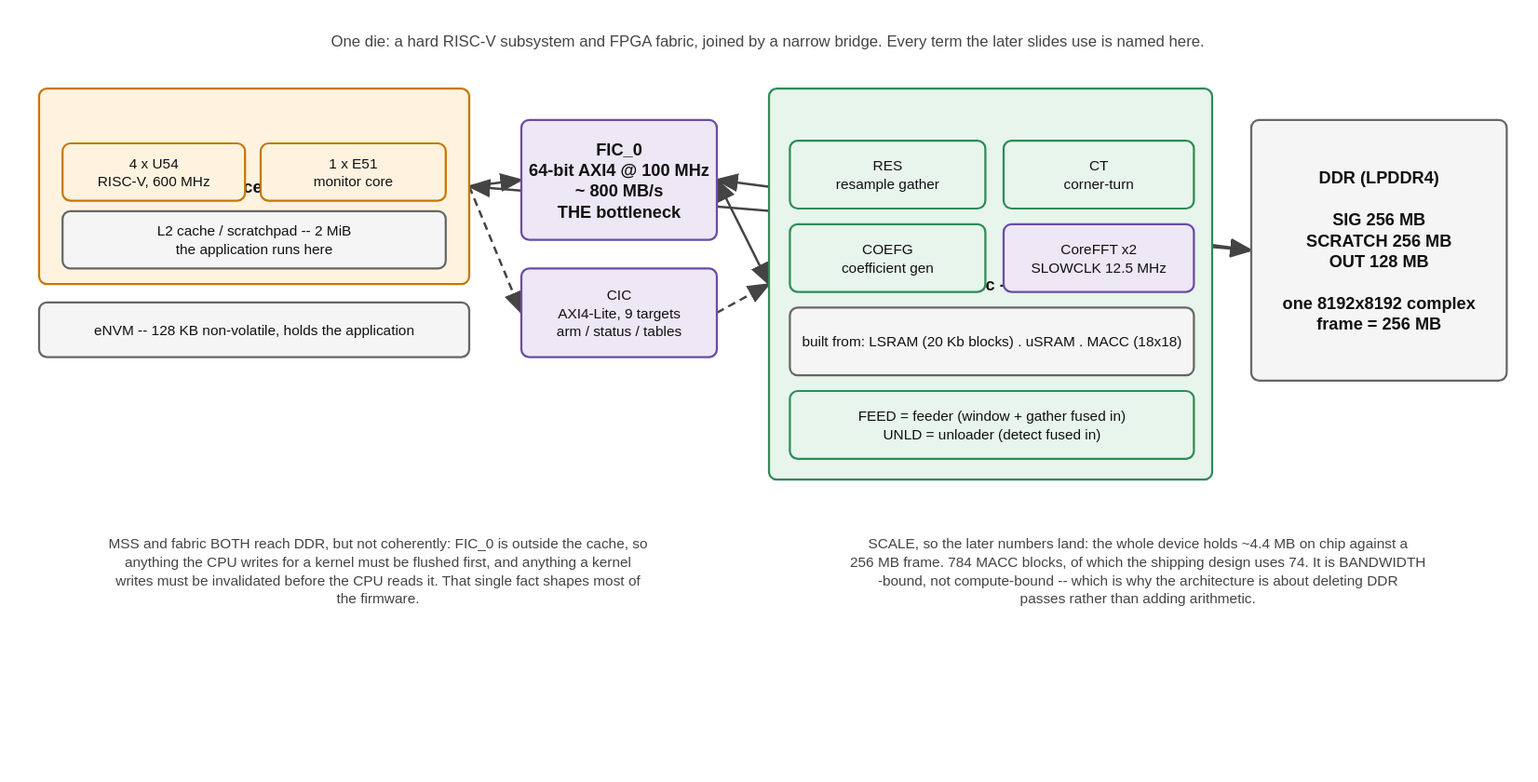
This is docs/slides/diagrams/fig-sar-mpfs.drawio.svg from futureproofbear/mpfs250t-sar-ifp, a draw.io export, as it was before one commit. Source tidied: cells renumbered, new cells last; positions are measured from the earlier drawing's top-left corner, leaving out a move shared by most shapes.
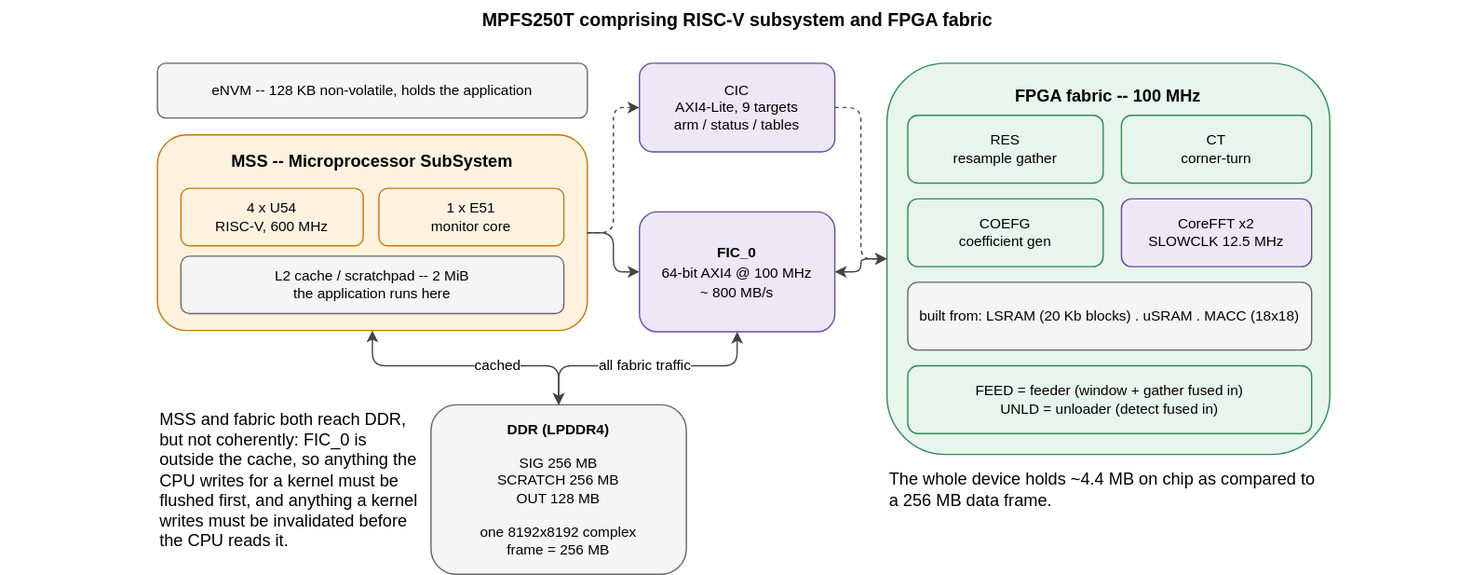
After the commit.

Commit message:
slides: redraw the AXI packing figure -- show it instead of describing it

What changed in the source:
```diff
@@ -2,31 +2,31 @@
   <root>
     <mxCell id="0" />
     <mxCell id="1" parent="0" />
-    <mxCell id="2" value="One die: a hard RISC-V subsystem and FPGA fabric, joined by a narrow bridge. Every term the later slides use is named here." style="text;html=1;strokeColor=none;fillColor=none;align=center;verticalAlign=middle;fontSize=12;fontFamily=Helvetica;" parent="1" vertex="1">
-      <mxGeometry width="1130" height="30" as="geometry" />
+    <mxCell id="2" value="&lt;b&gt;&lt;font style=&quot;font-size: 14px;&quot;&gt;MPFS250T comprising RISC-V subsystem and FPGA fabric&lt;/font&gt;&lt;/b&gt;" style="text;html=1;strokeColor=none;fillColor=none;align=center;verticalAlign=middle;fontSize=12;fontFamily=Helvetica;" parent="1" vertex="1">
+      <mxGeometry x="-114" y="4" width="1130" height="30" as="geometry" />
     </mxCell>
-    <mxCell id="3" value="MSS  --  Microprocessor SubSystem" style="rounded=1;whiteSpace=wrap;html=1;fillColor=#FFF3E0;strokeColor=#C77700;fontSize=13;fontFamily=Helvetica;align=center;verticalAlign=middle;fontStyle=1;" parent="1" vertex="1">
-      <mxGeometry x="6" y="52" width="330" height="150" as="geometry" />
+    <mxCell id="3" value="MSS  --  Microprocessor SubSystem&lt;div&gt;&lt;br&gt;&lt;/div&gt;&lt;div&gt;&lt;br&gt;&lt;/div&gt;&lt;div&gt;&lt;br&gt;&lt;/div&gt;&lt;div&gt;&lt;br&gt;&lt;/div&gt;&lt;div&gt;&lt;br&gt;&lt;/div&gt;&lt;div&gt;&lt;br&gt;&lt;/div&gt;&lt;div&gt;&lt;br&gt;&lt;/div&gt;" style="rounded=1;whiteSpace=wrap;html=1;fillColor=#FFF3E0;strokeColor=#C77700;fontSize=13;fontFamily=Helvetica;align=center;verticalAlign=middle;fontStyle=1;" parent="1" vertex="1">
+      <mxGeometry x="6" y="107" width="330" height="150" as="geometry" />
     </mxCell>
     <mxCell id="4" value="4 x U54&#10;RISC-V, 600 MHz" style="rounded=1;whiteSpace=wrap;html=1;fillColor=#FFF3E0;strokeColor=#C77700;fontSize=11;fontFamily=Helvetica;align=center;verticalAlign=middle;" parent="1" vertex="1">
-      <mxGeometry x="24" y="94" width="140" height="44" as="geometry" />
+      <mxGeometry x="24" y="148" width="140" height="44" as="geometry" />
     </mxCell>
     <mxCell id="5" value="1 x E51&#10;monitor core" style="rounded=1;whiteSpace=wrap;html=1;fillColor=#FFF3E0;strokeColor=#C77700;fontSize=11;fontFamily=Helvetica;align=center;verticalAlign=middle;" parent="1" vertex="1">
-      <mxGeometry x="176" y="94" width="142" height="44" as="geometry" />
+      <mxGeometry x="176" y="148" width="142" height="44" as="geometry" />
     </mxCell>
     <mxCell id="6" value="L2 cache / scratchpad  --  2 MiB&#10;the application runs here" style="rounded=1;whiteSpace=wrap;html=1;fillColor=#F5F5F5;strokeColor=#666666;fontSize=11;fontFamily=Helvetica;align=center;verticalAlign=middle;" parent="1" vertex="1">
-      <mxGeometry x="24" y="146" width="294" height="44" as="geometry" />
+      <mxGeometry x="24" y="200" width="294" height="44" as="geometry" />
     </mxCell>
     <mxCell id="7" value="eNVM  --  128 KB non-volatile, holds the application" style="rounded=1;whiteSpace=wrap;html=1;fillColor=#F5F5F5;strokeColor=#666666;fontSize=11;fontFamily=Helvetica;align=center;verticalAlign=middle;" parent="1" vertex="1">
-      <mxGeometry x="6" y="216" width="330" height="42" as="geometry" />
+      <mxGeometry x="6" y="52" width="330" height="42" as="geometry" />
     </mxCell>
-    <mxCell id="8" value="FIC_0&#10;64-bit AXI4 @ 100 MHz&#10;~ 800 MB/s&#10;THE bottleneck" style="rounded=1;whiteSpace=wrap;html=1;fillColor=#EDE7F6;strokeColor=#6A4CA5;fontSize=13;fontFamily=Helvetica;align=center;verticalAlign=middle;fontStyle=1;" parent="1" vertex="1">
-      <mxGeometry x="376" y="76" width="150" height="92" as="geometry" />
+    <mxCell id="8" value="&lt;font style=&quot;font-size: 11px;&quot;&gt;FIC_0&lt;br&gt;&lt;/font&gt;&lt;span style=&quot;font-weight: normal;&quot;&gt;&lt;font style=&quot;font-size: 11px;&quot;&gt;64-bit AXI4 @ 100 MHz&lt;br&gt;~ 800 MB/s&lt;/font&gt;&lt;br&gt;&lt;/span&gt;" style="rounded=1;whiteSpace=wrap;html=1;fillColor=#EDE7F6;strokeColor=#6A4CA5;fontSize=13;fontFamily=Helvetica;align=center;verticalAlign=middle;fontStyle=1;" parent="1" vertex="1">
+      <mxGeometry x="376" y="166" width="150" height="92" as="geometry" />
     </mxCell>
     <mxCell id="9" value="CIC&#10;AXI4-Lite, 9 targets&#10;arm / status / tables" style="rounded=1;whiteSpace=wrap;html=1;fillColor=#EDE7F6;strokeColor=#6A4CA5;fontSize=11;fontFamily=Helvetica;align=center;verticalAlign=middle;" parent="1" vertex="1">
-      <mxGeometry x="376" y="190" width="150" height="68" as="geometry" />
+      <mxGeometry x="376" y="52" width="150" height="68" as="geometry" />
     </mxCell>
-    <mxCell id="10" value="FPGA fabric  --  100 MHz" style="rounded=1;whiteSpace=wrap;html=1;fillColor=#E7F5EC;strokeColor=#2E8B57;fontSize=13;fontFamily=Helvetica;align=center;verticalAlign=middle;fontStyle=1;" parent="1" vertex="1">
+    <mxCell id="10" value="FPGA fabric  --  100 MHz&lt;div&gt;&lt;br&gt;&lt;/div&gt;&lt;div&gt;&lt;br&gt;&lt;/div&gt;&lt;div&gt;&lt;br&gt;&lt;/div&gt;&lt;div&gt;&lt;br&gt;&lt;/div&gt;&lt;div&gt;&lt;br&gt;&lt;/div&gt;&lt;div&gt;&lt;br&gt;&lt;/div&gt;&lt;div&gt;&lt;br&gt;&lt;/div&gt;&lt;div&gt;&lt;br&gt;&lt;/div&gt;&lt;div&gt;&lt;br&gt;&lt;/div&gt;&lt;div&gt;&lt;br&gt;&lt;/div&gt;&lt;div&gt;&lt;br&gt;&lt;/div&gt;&lt;div&gt;&lt;br&gt;&lt;/div&gt;&lt;div&gt;&lt;br&gt;&lt;/div&gt;&lt;div&gt;&lt;br&gt;&lt;/div&gt;&lt;div&gt;&lt;br&gt;&lt;/div&gt;&lt;div&gt;&lt;br&gt;&lt;/div&gt;" style="rounded=1;whiteSpace=wrap;html=1;fillColor=#E7F5EC;strokeColor=#2E8B57;fontSize=13;fontFamily=Helvetica;align=center;verticalAlign=middle;fontStyle=1;" parent="1" vertex="1">
       <mxGeometry x="566" y="52" width="340" height="300" as="geometry" />
     </mxCell>
     <mxCell id="11" value="RES&#10;resample gather" style="rounded=1;whiteSpace=wrap;html=1;fillColor=#E7F5EC;strokeColor=#2E8B57;fontSize=11;fontFamily=Helvetica;align=center;verticalAlign=middle;" parent="1" vertex="1">
@@ -47,14 +47,14 @@
     <mxCell id="16" value="FEED = feeder (window + gather fused in)&#10;UNLD = unloader (detect fused in)" style="rounded=1;whiteSpace=wrap;html=1;fillColor=#E7F5EC;strokeColor=#2E8B57;fontSize=11;fontFamily=Helvetica;align=center;verticalAlign=middle;" parent="1" vertex="1">
       <mxGeometry x="582" y="284" width="310" height="52" as="geometry" />
     </mxCell>
-    <mxCell id="17" value="DDR (LPDDR4)&#10;&#10;SIG      256 MB&#10;SCRATCH  256 MB&#10;OUT      128 MB&#10;&#10;one 8192x8192 complex&#10;frame = 256 MB" style="rounded=1;whiteSpace=wrap;html=1;fillColor=#F5F5F5;strokeColor=#666666;fontSize=13;fontFamily=Helvetica;align=center;verticalAlign=middle;fontStyle=1;" parent="1" vertex="1">
-      <mxGeometry x="936" y="76" width="196" height="200" as="geometry" />
+    <mxCell id="17" value="DDR (LPDDR4)&lt;br&gt;&lt;br&gt;&lt;span style=&quot;font-weight: normal;&quot;&gt;SIG      256 MB&lt;br&gt;SCRATCH  256 MB&lt;br&gt;OUT      128 MB&lt;br&gt;&lt;br&gt;one 8192x8192 complex&lt;br&gt;frame = 256 MB&lt;/span&gt;" style="rounded=1;whiteSpace=wrap;html=1;fillColor=#F5F5F5;strokeColor=#666666;fontSize=11;fontFamily=Helvetica;align=center;verticalAlign=middle;fontStyle=1;" parent="1" vertex="1">
+      <mxGeometry x="216" y="314" width="196" height="130" as="geometry" />
     </mxCell>
-    <mxCell id="18" value="MSS and fabric BOTH reach DDR, but not coherently: FIC_0 is outside the cache, so&#10;anything the CPU writes for a kernel must be flushed first, and anything a kernel&#10;writes must be invalidated before the CPU reads it. That single fact shapes most of&#10;the firmware." style="text;html=1;strokeColor=none;fillColor=none;align=center;verticalAlign=middle;fontSize=11;fontFamily=Helvetica;" parent="1" vertex="1">
-      <mxGeometry x="6" y="384" width="520" height="76" as="geometry" />
+    <mxCell id="18" value="MSS and fabric both reach DDR, but not coherently: FIC_0 is outside the cache, so anything the CPU writes for a kernel must be flushed first, and anything a kernel writes must be invalidated before the CPU reads it." style="text;html=1;strokeColor=none;fillColor=none;align=left;verticalAlign=middle;fontSize=13;fontFamily=Helvetica;whiteSpace=wrap;" parent="1" vertex="1">
+      <mxGeometry x="6" y="334" width="200" height="76" as="geometry" />
     </mxCell>
-    <mxCell id="19" value="SCALE, so the later numbers land: the whole device holds ~4.4 MB on chip against a&#10;256 MB frame. 784 MACC blocks, of which the shipping design uses 74. It is BANDWIDTH&#10;-bound, not compute-bound -- which is why the architecture is about deleting DDR&#10;passes rather than adding arithmetic." style="text;html=1;strokeColor=none;fillColor=none;align=center;verticalAlign=middle;fontSize=11;fontFamily=Helvetica;" parent="1" vertex="1">
-      <mxGeometry x="566" y="384" width="566" height="76" as="geometry" />
+    <mxCell id="19" value="The whole device holds ~4.4 MB on chip as compared to a 256 MB data frame.&amp;nbsp;" style="text;html=1;strokeColor=none;fillColor=none;align=left;verticalAlign=middle;fontSize=13;fontFamily=Helvetica;whiteSpace=wrap;" parent="1" vertex="1">
+      <mxGeometry x="566" y="360.5" width="330" height="37" as="geometry" />
     </mxCell>
     <mxCell id="20" style="edgeStyle=orthogonalEdgeStyle;rounded=1;html=1;fontSize=11;strokeColor=#444444;" parent="1" edge="1" source="3" target="8">
       <mxGeometry relative="1" as="geometry" />
@@ -69,10 +69,20 @@
       <mxGeometry relative="1" as="geometry" />
     </mxCell>
     <mxCell id="24" value="all fabric traffic" style="edgeStyle=orthogonalEdgeStyle;rounded=1;html=1;fontSize=11;strokeColor=#444444;startArrow=classic;startFill=1;" parent="1" edge="1" source="8" target="17">
-      <mxGeometry relative="1" as="geometry" />
+      <mxGeometry relative="1" as="geometry">
+        <Array as="points">
+          <mxPoint x="451" y="284" />
+          <mxPoint x="314" y="284" />
+        </Array>
+      </mxGeometry>
     </mxCell>
     <mxCell id="25" value="cached" style="edgeStyle=orthogonalEdgeStyle;rounded=1;html=1;fontSize=11;strokeColor=#444444;startArrow=classic;startFill=1;" parent="1" edge="1" source="3" target="17">
-      <mxGeometry relative="1" as="geometry" />
+      <mxGeometry x="0.23" relative="1" as="geometry">
+        <Array as="points">
+          <mxPoint x="171" y="284" />
+          <mxPoint x="314" y="284" />
+        </Array>
+      </mxGeometry>
     </mxCell>
   </root>
 </mxGraphModel>
```
